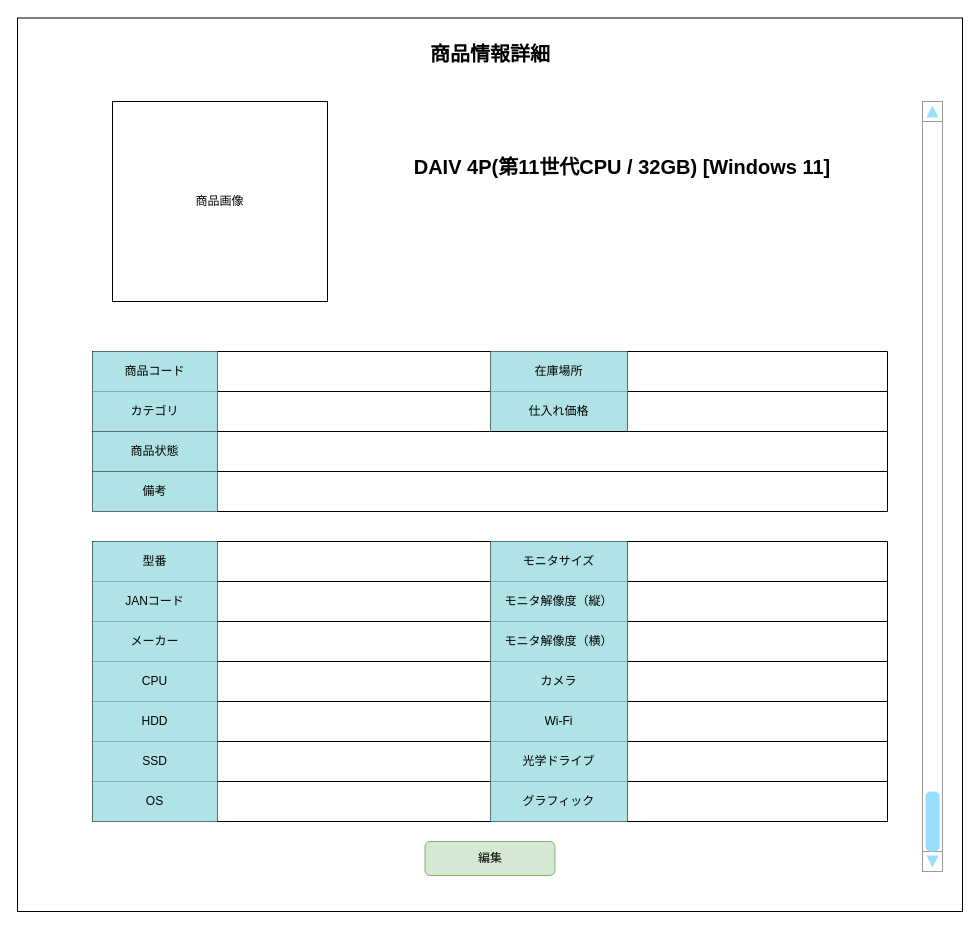
Above: page "S03-03 商品情報詳細" (3 of 4) of 各種設計書/6.画面設計書/S03_商品マスタ.drawio in HaruShim/Sotuken (draw.io), before the change. Source tidied: cells renumbered, new cells numbered last; positions are measured from the earlier drawing's top-left corner, leaving out a move shared by most shapes. Both pictures are drawn from the tidied source at 100%, with x=0, y=0 at pixel (17, 17).
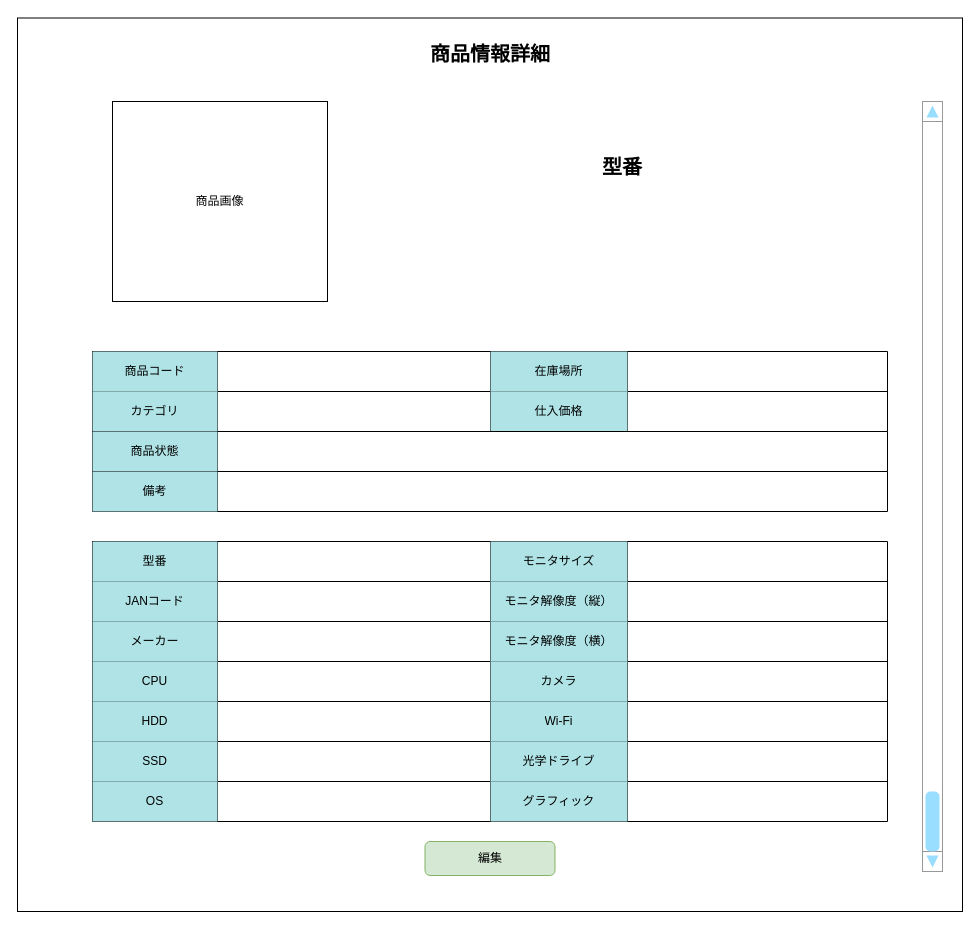
Above is the later version.

Unchanged cells that the change refers to:
```xml
<mxCell id="53" style="shape=partialRectangle;fillColor=none;top=0;left=0;bottom=0;right=0;strokeColor=default;" parent="47" vertex="1">
  <mxGeometry y="40" width="795" height="40" as="geometry" />
</mxCell>
```

What changed in the source:
```diff
@@
-    <mxCell id="4" value="DAIV 4P(第11世代CPU / 32GB) [Windows 11]" style="text;html=1;strokeColor=none;fillColor=none;align=center;verticalAlign=middle;whiteSpace=wrap;rounded=0;fontColor=default;fontStyle=1;fontSize=20;" parent="1" vertex="1">
+    <mxCell id="4" value="型番" style="text;html=1;strokeColor=none;fillColor=none;align=center;verticalAlign=middle;whiteSpace=wrap;rounded=0;fontColor=default;fontStyle=1;fontSize=20;" parent="1" vertex="1">
       <mxGeometry x="395" y="134" width="420" height="29" as="geometry" />
     </mxCell>
@@
-    <mxCell id="56" value="仕入れ価格" style="shape=partialRectangle;html=1;whiteSpace=wrap;overflow=hidden;fillColor=#b0e3e6;top=0;left=0;bottom=0;right=0;strokeColor=#0e8088;" parent="53" vertex="1">
+    <mxCell id="56" value="仕入価格" style="shape=partialRectangle;html=1;whiteSpace=wrap;overflow=hidden;fillColor=#b0e3e6;top=0;left=0;bottom=0;right=0;strokeColor=#0e8088;" parent="53" vertex="1">
       <mxGeometry x="398" width="137" height="40" as="geometry" />
     </mxCell>
```
